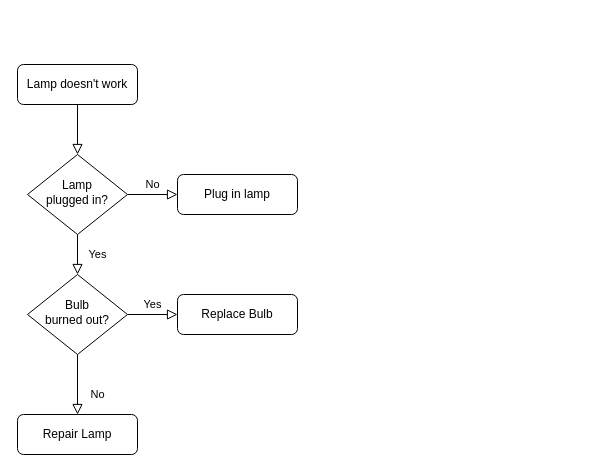
Before: Untitled Diagram.drawio in cheremhovo1990/diagrams, a draw.io diagram. Source tidied: cells renumbered, new cells numbered last; positions are measured from the earlier drawing's top-left corner, leaving out a move shared by most shapes. Both pictures are drawn from the tidied source at 100%, with x=0, y=0 at pixel (17, 64).
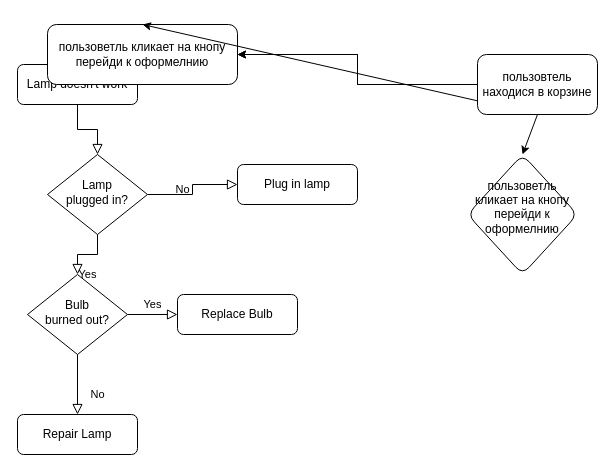
Above is the later version.

Change to the diagram source:
```diff
@@
     <mxCell id="6" value="Lamp&lt;br&gt;plugged in?" style="rhombus;whiteSpace=wrap;html=1;shadow=0;fontFamily=Helvetica;fontSize=12;align=center;strokeWidth=1;spacing=6;spacingTop=-4;" parent="1" vertex="1">
-      <mxGeometry x="10" y="90" width="100" height="80" as="geometry" />
+      <mxGeometry x="30" y="90" width="100" height="80" as="geometry" />
     </mxCell>
     <mxCell id="7" value="Plug in lamp" style="rounded=1;whiteSpace=wrap;html=1;fontSize=12;glass=0;strokeWidth=1;shadow=0;" parent="1" vertex="1">
-      <mxGeometry x="160" y="110" width="120" height="40" as="geometry" />
+      <mxGeometry x="220" y="100" width="120" height="40" as="geometry" />
     </mxCell>
@@
+    <mxCell id="13" value="пользоветль кликает на кнопу перейди к оформелнию" style="rounded=1;whiteSpace=wrap;html=1;" parent="1" vertex="1">
+      <mxGeometry x="30" y="-40" width="190" height="60" as="geometry" />
+    </mxCell>
+    <mxCell id="14" style="edgeStyle=orthogonalEdgeStyle;rounded=0;jettySize=auto;html=1;" parent="1" edge="1" source="17" target="13">
+      <mxGeometry relative="1" as="geometry" />
+    </mxCell>
+    <mxCell id="15" style="edgeStyle=orthogonalEdgeStyle;rounded=0;jettySize=auto;html=1;" parent="1" edge="1" source="17" target="13">
+      <mxGeometry relative="1" as="geometry" />
+    </mxCell>
+    <mxCell id="16" style="endArrow=classic;html=1;entryX=0.5;entryY=0;entryDx=0;entryDy=0;" parent="1" edge="1" target="13">
+      <mxGeometry relative="1" as="geometry">
+        <mxPoint x="520" y="50" as="sourcePoint" />
+        <Array as="points">
+          <mxPoint x="520" y="50" />
+        </Array>
+      </mxGeometry>
+    </mxCell>
+    <mxCell id="17" value="пользовтель находися в корзине" style="rounded=1;whiteSpace=wrap;html=1;" parent="1" vertex="1">
+      <mxGeometry x="460" y="-10" width="120" height="60" as="geometry" />
+    </mxCell>
+    <mxCell id="18" value="&lt;span&gt;пользоветль кликает на кнопу перейди к оформелнию&lt;br&gt;&lt;br&gt;&lt;/span&gt;" style="rhombus;whiteSpace=wrap;html=1;rounded=1;" parent="1" vertex="1">
+      <mxGeometry x="450" y="90" width="110" height="120" as="geometry" />
+    </mxCell>
+    <mxCell id="19" style="endArrow=classic;html=1;entryX=0.5;entryY=0;entryDx=0;entryDy=0;" parent="1" edge="1" target="18">
+      <mxGeometry relative="1" as="geometry">
+        <mxPoint x="520" y="50" as="sourcePoint" />
+      </mxGeometry>
+    </mxCell>
```
